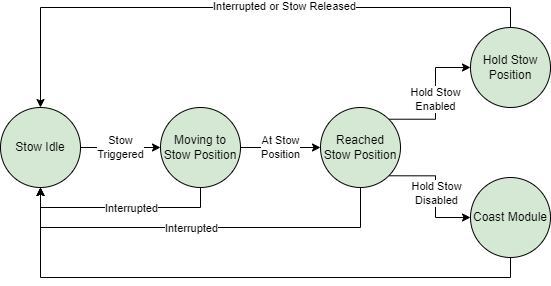
The draw.io diagram docs/_static/manual_images/stow/stow_process_diagram.png in iq-motion-control/iq-module-communication-doc, before a commit. Source tidied: cells renumbered, new cells last; positions are measured from the earlier drawing's top-left corner, leaving out a move shared by most shapes. Source of this version:
```xml
<mxGraphModel>
  <root>
    <mxCell id="0" />
    <mxCell id="1" parent="0" />
    <mxCell id="2" value="Stow &lt;br&gt;Triggered" style="edgeStyle=orthogonalEdgeStyle;rounded=0;jettySize=auto;html=1;exitX=1;exitY=0.5;exitDx=0;exitDy=0;entryX=0;entryY=0.5;entryDx=0;entryDy=0;" parent="1" edge="1" source="3" target="7">
      <mxGeometry relative="1" as="geometry" />
    </mxCell>
    <mxCell id="3" value="Stow Idle" style="ellipse;whiteSpace=wrap;html=1;fillColor=#D5E8D4;" parent="1" vertex="1">
      <mxGeometry y="80" width="80" height="80" as="geometry" />
    </mxCell>
    <mxCell id="4" value="At Stow&lt;br&gt;Position" style="edgeStyle=orthogonalEdgeStyle;rounded=0;jettySize=auto;html=1;exitX=1;exitY=0.5;exitDx=0;exitDy=0;entryX=0;entryY=0.5;entryDx=0;entryDy=0;" parent="1" edge="1" source="7" target="13">
      <mxGeometry relative="1" as="geometry" />
    </mxCell>
    <mxCell id="5" style="edgeStyle=orthogonalEdgeStyle;rounded=0;jettySize=auto;html=1;exitX=0.5;exitY=1;exitDx=0;exitDy=0;entryX=0.5;entryY=1;entryDx=0;entryDy=0;" parent="1" edge="1" source="7" target="3">
      <mxGeometry relative="1" as="geometry" />
    </mxCell>
    <mxCell id="6" value="Interrupted" style="edgeLabel;html=1;align=center;verticalAlign=middle;" parent="5" vertex="1">
      <mxGeometry x="-0.11" y="1" relative="1" as="geometry" />
    </mxCell>
    <mxCell id="7" value="Moving to Stow Position" style="ellipse;whiteSpace=wrap;html=1;fillColor=#D5E8D4;" parent="1" vertex="1">
      <mxGeometry x="160" y="80" width="80" height="80" as="geometry" />
    </mxCell>
    <mxCell id="8" value="Hold Stow &lt;br&gt;Enabled" style="edgeStyle=orthogonalEdgeStyle;rounded=0;jettySize=auto;html=1;exitX=1;exitY=0;exitDx=0;exitDy=0;entryX=0;entryY=0.5;entryDx=0;entryDy=0;" parent="1" edge="1" source="13" target="18">
      <mxGeometry relative="1" as="geometry" />
    </mxCell>
    <mxCell id="9" style="edgeStyle=orthogonalEdgeStyle;rounded=0;jettySize=auto;html=1;exitX=1;exitY=1;exitDx=0;exitDy=0;entryX=0;entryY=0.5;entryDx=0;entryDy=0;" parent="1" edge="1" source="13" target="15">
      <mxGeometry relative="1" as="geometry" />
    </mxCell>
    <mxCell id="10" value="Hold Stow&lt;br&gt;Disabled" style="edgeLabel;html=1;align=center;verticalAlign=middle;" parent="9" vertex="1">
      <mxGeometry x="-0.07" y="1" relative="1" as="geometry">
        <mxPoint y="7" as="offset" />
      </mxGeometry>
    </mxCell>
    <mxCell id="11" style="edgeStyle=orthogonalEdgeStyle;rounded=0;jettySize=auto;html=1;exitX=0.5;exitY=1;exitDx=0;exitDy=0;entryX=0.5;entryY=1;entryDx=0;entryDy=0;" parent="1" edge="1" source="13" target="3">
      <mxGeometry relative="1" as="geometry">
        <Array as="points">
          <mxPoint x="360" y="200" />
          <mxPoint x="40" y="200" />
        </Array>
      </mxGeometry>
    </mxCell>
    <mxCell id="12" value="Interrupted" style="edgeLabel;html=1;align=center;verticalAlign=middle;" parent="11" vertex="1">
      <mxGeometry x="0.05" y="1" relative="1" as="geometry" />
    </mxCell>
    <mxCell id="13" value="Reached Stow Position" style="ellipse;whiteSpace=wrap;html=1;fillColor=#D5E8D4;" parent="1" vertex="1">
      <mxGeometry x="320" y="80" width="80" height="80" as="geometry" />
    </mxCell>
    <mxCell id="14" style="edgeStyle=orthogonalEdgeStyle;rounded=0;jettySize=auto;html=1;exitX=0.5;exitY=1;exitDx=0;exitDy=0;entryX=0.5;entryY=1;entryDx=0;entryDy=0;" parent="1" edge="1" source="15" target="3">
      <mxGeometry relative="1" as="geometry">
        <Array as="points">
          <mxPoint x="510" y="250" />
          <mxPoint x="40" y="250" />
        </Array>
      </mxGeometry>
    </mxCell>
    <mxCell id="15" value="Coast Module" style="ellipse;whiteSpace=wrap;html=1;fillColor=#D5E8D4;" parent="1" vertex="1">
      <mxGeometry x="470" y="150" width="80" height="80" as="geometry" />
    </mxCell>
    <mxCell id="16" style="edgeStyle=orthogonalEdgeStyle;rounded=0;jettySize=auto;html=1;exitX=0.5;exitY=0;exitDx=0;exitDy=0;entryX=0.5;entryY=0;entryDx=0;entryDy=0;" parent="1" edge="1" source="18" target="3">
      <mxGeometry relative="1" as="geometry" />
    </mxCell>
    <mxCell id="17" value="Interrupted or Stow Released" style="edgeLabel;html=1;align=center;verticalAlign=middle;" parent="16" vertex="1">
      <mxGeometry x="-0.28" y="-1" relative="1" as="geometry">
        <mxPoint x="-35" as="offset" />
      </mxGeometry>
    </mxCell>
    <mxCell id="18" value="Hold Stow Position" style="ellipse;whiteSpace=wrap;html=1;fillColor=#D5E8D4;" parent="1" vertex="1">
      <mxGeometry x="470" width="80" height="80" as="geometry" />
    </mxCell>
  </root>
</mxGraphModel>
```
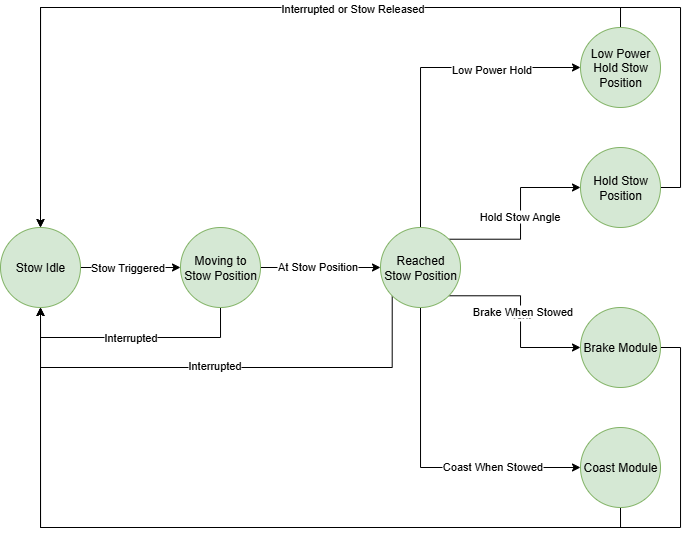
After the commit.

Commit message:
Add low power stow documentation, need to proofread it

Diff of the diagram source:
```diff
@@ -2,70 +2,124 @@
   <root>
     <mxCell id="0" />
     <mxCell id="1" parent="0" />
+    <mxCell id="19" style="edgeStyle=orthogonalEdgeStyle;rounded=0;jettySize=auto;html=1;exitX=1;exitY=0.5;exitDx=0;exitDy=0;" parent="1" edge="1" source="3" target="7">
+      <mxGeometry relative="1" as="geometry" />
+    </mxCell>
-    <mxCell id="2" value="Stow &lt;br&gt;Triggered" style="edgeStyle=orthogonalEdgeStyle;rounded=0;jettySize=auto;html=1;exitX=1;exitY=0.5;exitDx=0;exitDy=0;entryX=0;entryY=0.5;entryDx=0;entryDy=0;" parent="1" edge="1" source="3" target="7">
-      <mxGeometry relative="1" as="geometry" />
+    <mxCell id="2" value="Stow Triggered" style="edgeLabel;html=1;align=center;verticalAlign=middle;" parent="19" vertex="1">
+      <mxGeometry x="-0.23" y="2" relative="1" as="geometry">
+        <mxPoint x="8" y="2" as="offset" />
+      </mxGeometry>
     </mxCell>
-    <mxCell id="3" value="Stow Idle" style="ellipse;whiteSpace=wrap;html=1;fillColor=#D5E8D4;" parent="1" vertex="1">
-      <mxGeometry y="80" width="80" height="80" as="geometry" />
+    <mxCell id="3" value="Stow Idle" style="ellipse;whiteSpace=wrap;html=1;fillColor=#d5e8d4;strokeColor=#82b366;" parent="1" vertex="1">
+      <mxGeometry x="-100" y="290" width="80" height="80" as="geometry" />
     </mxCell>
+    <mxCell id="20" style="edgeStyle=orthogonalEdgeStyle;rounded=0;jettySize=auto;html=1;exitX=1;exitY=0.5;exitDx=0;exitDy=0;" parent="1" edge="1" source="7" target="13">
+      <mxGeometry relative="1" as="geometry" />
+    </mxCell>
-    <mxCell id="4" value="At Stow&lt;br&gt;Position" style="edgeStyle=orthogonalEdgeStyle;rounded=0;jettySize=auto;html=1;exitX=1;exitY=0.5;exitDx=0;exitDy=0;entryX=0;entryY=0.5;entryDx=0;entryDy=0;" parent="1" edge="1" source="7" target="13">
-      <mxGeometry relative="1" as="geometry" />
+    <mxCell id="4" value="At Stow Position" style="edgeLabel;html=1;align=center;verticalAlign=middle;" parent="20" vertex="1">
+      <mxGeometry x="0.06" y="1" relative="1" as="geometry">
+        <mxPoint x="-7" as="offset" />
+      </mxGeometry>
     </mxCell>
-    <mxCell id="5" style="edgeStyle=orthogonalEdgeStyle;rounded=0;jettySize=auto;html=1;exitX=0.5;exitY=1;exitDx=0;exitDy=0;entryX=0.5;entryY=1;entryDx=0;entryDy=0;" parent="1" edge="1" source="7" target="3">
-      <mxGeometry relative="1" as="geometry" />
-    </mxCell>
-    <mxCell id="6" value="Interrupted" style="edgeLabel;html=1;align=center;verticalAlign=middle;" parent="5" vertex="1">
-      <mxGeometry x="-0.11" y="1" relative="1" as="geometry" />
-    </mxCell>
+    <mxCell id="21" style="edgeStyle=orthogonalEdgeStyle;rounded=0;jettySize=auto;html=1;exitX=0.5;exitY=1;exitDx=0;exitDy=0;" parent="1" edge="1" source="7">
+      <mxGeometry relative="1" as="geometry">
+        <mxPoint x="-60" y="370" as="targetPoint" />
+        <Array as="points">
+          <mxPoint x="120" y="400" />
+          <mxPoint x="-60" y="400" />
+        </Array>
+      </mxGeometry>
+    </mxCell>
+    <mxCell id="22" value="Interrupted" style="edgeLabel;html=1;align=center;verticalAlign=middle;" parent="21" vertex="1">
+      <mxGeometry relative="1" as="geometry" />
+    </mxCell>
-    <mxCell id="7" value="Moving to Stow Position" style="ellipse;whiteSpace=wrap;html=1;fillColor=#D5E8D4;" parent="1" vertex="1">
-      <mxGeometry x="160" y="80" width="80" height="80" as="geometry" />
+    <mxCell id="7" value="Moving to Stow Position" style="ellipse;whiteSpace=wrap;html=1;fillColor=#d5e8d4;strokeColor=#82b366;" parent="1" vertex="1">
+      <mxGeometry x="80" y="290" width="80" height="80" as="geometry" />
     </mxCell>
-    <mxCell id="8" value="Hold Stow &lt;br&gt;Enabled" style="edgeStyle=orthogonalEdgeStyle;rounded=0;jettySize=auto;html=1;exitX=1;exitY=0;exitDx=0;exitDy=0;entryX=0;entryY=0.5;entryDx=0;entryDy=0;" parent="1" edge="1" source="13" target="18">
+    <mxCell id="8" style="edgeStyle=orthogonalEdgeStyle;rounded=0;jettySize=auto;html=1;exitX=1;exitY=0;exitDx=0;exitDy=0;entryX=0;entryY=0.5;entryDx=0;entryDy=0;" parent="1" edge="1" source="13" target="18">
       <mxGeometry relative="1" as="geometry" />
     </mxCell>
+    <mxCell id="23" value="Hold Stow Angle" style="edgeLabel;html=1;align=center;verticalAlign=middle;" parent="8" vertex="1">
+      <mxGeometry x="0.04" y="1" relative="1" as="geometry" />
+    </mxCell>
+    <mxCell id="24" style="edgeStyle=orthogonalEdgeStyle;rounded=0;jettySize=auto;html=1;exitX=0.5;exitY=0;exitDx=0;exitDy=0;entryX=0;entryY=0.5;entryDx=0;entryDy=0;" parent="1" edge="1" source="13" target="32">
+      <mxGeometry relative="1" as="geometry" />
+    </mxCell>
+    <mxCell id="25" value="Low Power Hold" style="edgeLabel;html=1;align=center;verticalAlign=middle;" parent="24" vertex="1">
+      <mxGeometry x="0.37" y="-2" relative="1" as="geometry">
+        <mxPoint x="12" as="offset" />
+      </mxGeometry>
+    </mxCell>
+    <mxCell id="26" style="edgeStyle=orthogonalEdgeStyle;rounded=0;jettySize=auto;html=1;exitX=1;exitY=1;exitDx=0;exitDy=0;entryX=0;entryY=0.5;entryDx=0;entryDy=0;" parent="1" edge="1" source="13" target="34">
+      <mxGeometry relative="1" as="geometry" />
+    </mxCell>
+    <mxCell id="27" value="Text" style="edgeLabel;html=1;align=center;verticalAlign=middle;" parent="26" vertex="1">
+      <mxGeometry x="-0.02" relative="1" as="geometry" />
+    </mxCell>
+    <mxCell id="28" value="Brake When Stowed" style="edgeLabel;html=1;align=center;verticalAlign=middle;" parent="26" vertex="1">
+      <mxGeometry x="-0.05" y="2" relative="1" as="geometry" />
+    </mxCell>
-    <mxCell id="9" style="edgeStyle=orthogonalEdgeStyle;rounded=0;jettySize=auto;html=1;exitX=1;exitY=1;exitDx=0;exitDy=0;entryX=0;entryY=0.5;entryDx=0;entryDy=0;" parent="1" edge="1" source="13" target="15">
+    <mxCell id="9" style="edgeStyle=orthogonalEdgeStyle;rounded=0;jettySize=auto;html=1;exitX=0.5;exitY=1;exitDx=0;exitDy=0;entryX=0;entryY=0.5;entryDx=0;entryDy=0;" parent="1" edge="1" source="13" target="15">
       <mxGeometry relative="1" as="geometry" />
     </mxCell>
-    <mxCell id="10" value="Hold Stow&lt;br&gt;Disabled" style="edgeLabel;html=1;align=center;verticalAlign=middle;" parent="9" vertex="1">
-      <mxGeometry x="-0.07" y="1" relative="1" as="geometry">
-        <mxPoint y="7" as="offset" />
-      </mxGeometry>
-    </mxCell>
+    <mxCell id="29" value="Coast When Stowed" style="edgeLabel;html=1;align=center;verticalAlign=middle;" parent="9" vertex="1">
+      <mxGeometry x="0.38" y="1" relative="1" as="geometry">
+        <mxPoint x="11" as="offset" />
+      </mxGeometry>
+    </mxCell>
-    <mxCell id="11" style="edgeStyle=orthogonalEdgeStyle;rounded=0;jettySize=auto;html=1;exitX=0.5;exitY=1;exitDx=0;exitDy=0;entryX=0.5;entryY=1;entryDx=0;entryDy=0;" parent="1" edge="1" source="13" target="3">
+    <mxCell id="11" style="edgeStyle=orthogonalEdgeStyle;rounded=0;jettySize=auto;html=1;exitX=0;exitY=1;exitDx=0;exitDy=0;entryX=0.5;entryY=1;entryDx=0;entryDy=0;" parent="1" edge="1" source="13" target="3">
       <mxGeometry relative="1" as="geometry">
         <Array as="points">
-          <mxPoint x="360" y="200" />
-          <mxPoint x="40" y="200" />
+          <mxPoint x="292" y="430" />
+          <mxPoint x="-60" y="430" />
         </Array>
       </mxGeometry>
     </mxCell>
-    <mxCell id="12" value="Interrupted" style="edgeLabel;html=1;align=center;verticalAlign=middle;" parent="11" vertex="1">
-      <mxGeometry x="0.05" y="1" relative="1" as="geometry" />
-    </mxCell>
+    <mxCell id="30" value="Interrupted" style="edgeLabel;html=1;align=center;verticalAlign=middle;" parent="11" vertex="1">
+      <mxGeometry x="0.03" y="-2" relative="1" as="geometry" />
+    </mxCell>
-    <mxCell id="13" value="Reached Stow Position" style="ellipse;whiteSpace=wrap;html=1;fillColor=#D5E8D4;" parent="1" vertex="1">
-      <mxGeometry x="320" y="80" width="80" height="80" as="geometry" />
+    <mxCell id="13" value="Reached Stow Position" style="ellipse;whiteSpace=wrap;html=1;fillColor=#d5e8d4;strokeColor=#82b366;" parent="1" vertex="1">
+      <mxGeometry x="280" y="290" width="80" height="80" as="geometry" />
     </mxCell>
+    <mxCell id="16" style="edgeStyle=orthogonalEdgeStyle;rounded=0;jettySize=auto;html=1;exitX=1;exitY=0.5;exitDx=0;exitDy=0;entryX=0.5;entryY=0;entryDx=0;entryDy=0;" parent="1" edge="1" source="18" target="3">
+      <mxGeometry relative="1" as="geometry">
+        <Array as="points">
+          <mxPoint x="580" y="250" />
+          <mxPoint x="580" y="70" />
+          <mxPoint x="-60" y="70" />
+        </Array>
+      </mxGeometry>
+    </mxCell>
+    <mxCell id="18" value="Hold Stow Position" style="ellipse;whiteSpace=wrap;html=1;fillColor=#d5e8d4;strokeColor=#82b366;" parent="1" vertex="1">
+      <mxGeometry x="480" y="210" width="80" height="80" as="geometry" />
+    </mxCell>
+    <mxCell id="31" style="edgeStyle=orthogonalEdgeStyle;rounded=0;jettySize=auto;html=1;exitX=0.5;exitY=0;exitDx=0;exitDy=0;" parent="1" edge="1" source="32" target="3">
+      <mxGeometry relative="1" as="geometry" />
+    </mxCell>
+    <mxCell id="17" value="Interrupted or Stow Released" style="edgeLabel;html=1;align=center;verticalAlign=middle;" parent="31" vertex="1">
+      <mxGeometry x="-0.3" y="1" relative="1" as="geometry" />
+    </mxCell>
+    <mxCell id="32" value="Low Power Hold Stow Position" style="ellipse;whiteSpace=wrap;html=1;fillColor=#d5e8d4;strokeColor=#82b366;" parent="1" vertex="1">
+      <mxGeometry x="480" y="90" width="80" height="80" as="geometry" />
+    </mxCell>
     <mxCell id="14" style="edgeStyle=orthogonalEdgeStyle;rounded=0;jettySize=auto;html=1;exitX=0.5;exitY=1;exitDx=0;exitDy=0;entryX=0.5;entryY=1;entryDx=0;entryDy=0;" parent="1" edge="1" source="15" target="3">
-      <mxGeometry relative="1" as="geometry">
-        <Array as="points">
-          <mxPoint x="510" y="250" />
-          <mxPoint x="40" y="250" />
-        </Array>
-      </mxGeometry>
+      <mxGeometry relative="1" as="geometry" />
     </mxCell>
-    <mxCell id="15" value="Coast Module" style="ellipse;whiteSpace=wrap;html=1;fillColor=#D5E8D4;" parent="1" vertex="1">
-      <mxGeometry x="470" y="150" width="80" height="80" as="geometry" />
+    <mxCell id="15" value="Coast Module" style="ellipse;whiteSpace=wrap;html=1;fillColor=#d5e8d4;strokeColor=#82b366;" parent="1" vertex="1">
+      <mxGeometry x="480" y="490" width="80" height="80" as="geometry" />
     </mxCell>
-    <mxCell id="16" style="edgeStyle=orthogonalEdgeStyle;rounded=0;jettySize=auto;html=1;exitX=0.5;exitY=0;exitDx=0;exitDy=0;entryX=0.5;entryY=0;entryDx=0;entryDy=0;" parent="1" edge="1" source="18" target="3">
-      <mxGeometry relative="1" as="geometry" />
-    </mxCell>
-    <mxCell id="17" value="Interrupted or Stow Released" style="edgeLabel;html=1;align=center;verticalAlign=middle;" parent="16" vertex="1">
-      <mxGeometry x="-0.28" y="-1" relative="1" as="geometry">
-        <mxPoint x="-35" as="offset" />
-      </mxGeometry>
-    </mxCell>
-    <mxCell id="18" value="Hold Stow Position" style="ellipse;whiteSpace=wrap;html=1;fillColor=#D5E8D4;" parent="1" vertex="1">
-      <mxGeometry x="470" width="80" height="80" as="geometry" />
-    </mxCell>
+    <mxCell id="33" style="edgeStyle=orthogonalEdgeStyle;rounded=0;jettySize=auto;html=1;exitX=1;exitY=0.5;exitDx=0;exitDy=0;endArrow=none;endFill=0;" parent="1" edge="1" source="34">
+      <mxGeometry relative="1" as="geometry">
+        <mxPoint x="-60" y="373" as="targetPoint" />
+        <Array as="points">
+          <mxPoint x="580" y="410" />
+          <mxPoint x="580" y="590" />
+          <mxPoint x="-60" y="590" />
+        </Array>
+      </mxGeometry>
+    </mxCell>
+    <mxCell id="34" value="Brake Module" style="ellipse;whiteSpace=wrap;html=1;fillColor=#d5e8d4;strokeColor=#82b366;" parent="1" vertex="1">
+      <mxGeometry x="480" y="370" width="80" height="80" as="geometry" />
+    </mxCell>
   </root>
 </mxGraphModel>
```
